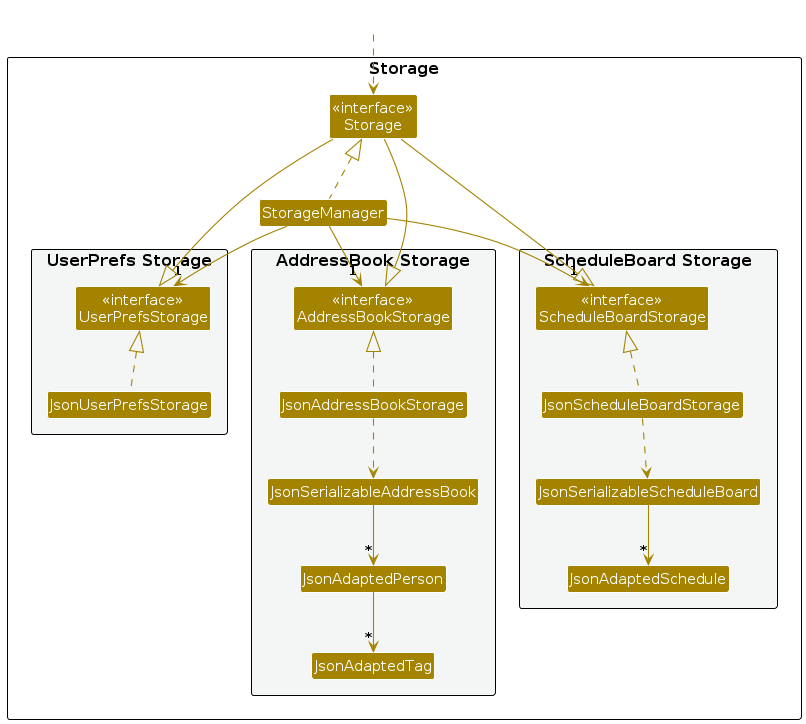
AY2425S2-CS2103T-T16-3/tp keeps this PlantUML diagram as diagrams/StorageClassDiagram.png. Above is the earlier version. Its source is kept beside it as diagrams/StorageClassDiagram.puml.
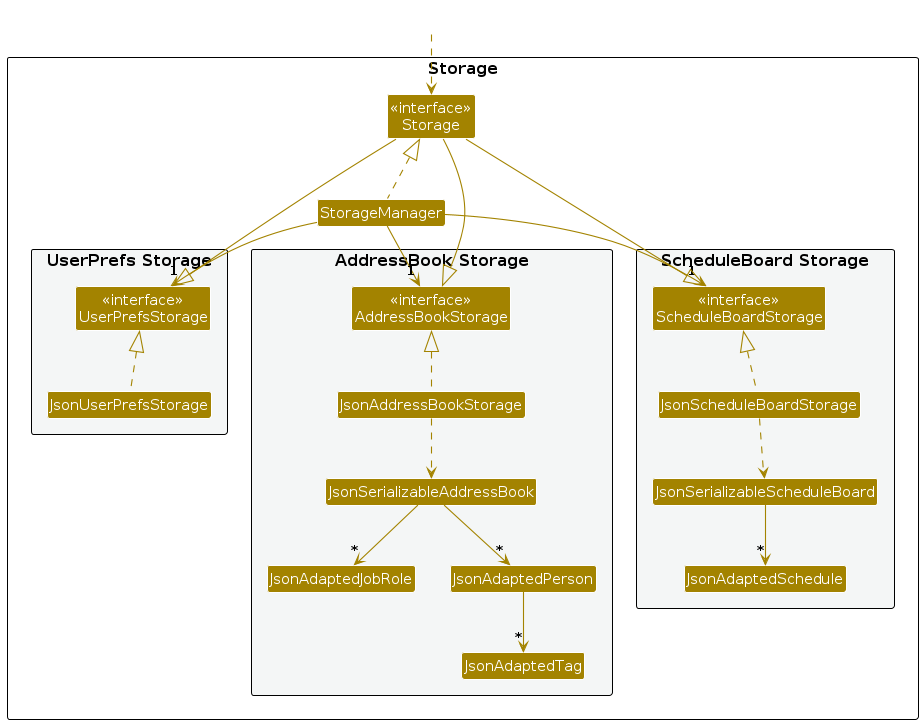
After the change.

Diff of the diagram source:
```diff
@@ -18,6 +18,7 @@
 Class "<<interface>>\nAddressBookStorage" as AddressBookStorage
 Class JsonAddressBookStorage
 Class JsonSerializableAddressBook
+Class JsonAdaptedJobRole
 Class JsonAdaptedPerson
 Class JsonAdaptedTag
 }
@@ -47,6 +48,7 @@
 JsonAddressBookStorage .up.|> AddressBookStorage
 JsonAddressBookStorage ..> JsonSerializableAddressBook
 JsonSerializableAddressBook --> "*" JsonAdaptedPerson
+JsonSerializableAddressBook --> "*" JsonAdaptedJobRole
 JsonAdaptedPerson --> "*" JsonAdaptedTag
 
 JsonScheduleBoardStorage .up.|> ScheduleBoardStorage
```
